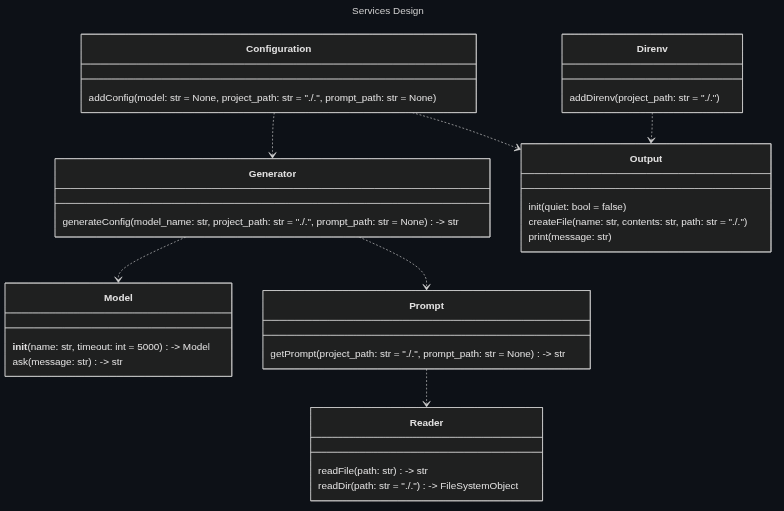
Above: docs/assets/mermaid/services_design.png in Oldranda1414/AutoDev (Mermaid), before the change. Its source is kept beside it as docs/assets/src/services_design.mmd. Its diagram source:
```mermaid
---
title: Services Design
---
classDiagram

    class Configuration {
        add_config(model: str, project_path: str, prompt_path: str)
    }

    class Direnv {
        add_direnv(project_path: str)
    }

    class Generator {
        generate_config(model_name: str, project_path: str, prompt_path: str) -> str
    }

    class Model {
        __init__(name: str, timeout: int = 5000) -> Model
        ask(message: str) -> str
    }

    class Prompt {
        get_prompt(project_path: str, prompt_path: str) -> str
    }

    class Output {
        init(quiet: bool)
        create_file(name: str, contents: str, path: str = "./.")
        print(message: str)
    }

    class Reader {
        read_file(path: str) -> str
        read_dir(path: str = "./.") -> FileSystemObject
    }

    Direnv ..> Output
    Configuration ..> Output
    Configuration ..> Generator
    Generator ..> Model
    Generator ..> Prompt
    Prompt ..> Reader
```
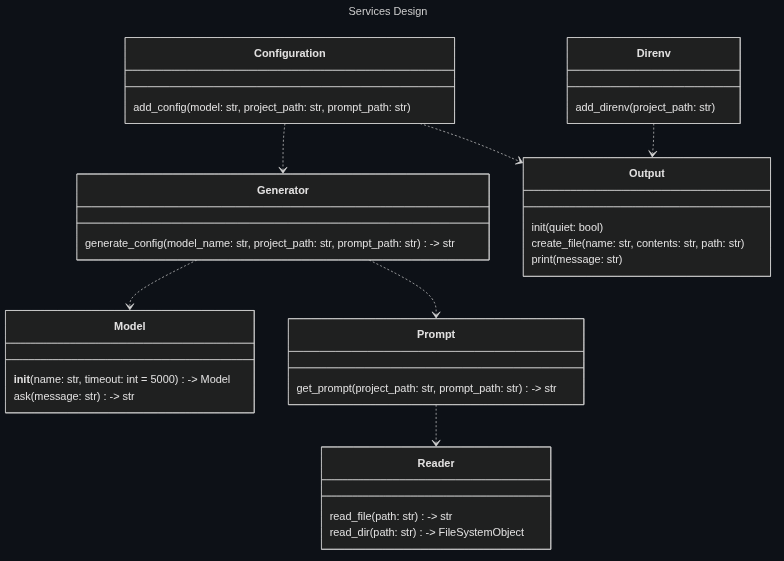
After the change.

Change to the diagram source:
```diff
@@ -26,13 +26,13 @@
 
     class Output {
         init(quiet: bool)
-        create_file(name: str, contents: str, path: str = "./.")
+        create_file(name: str, contents: str, path: str)
         print(message: str)
     }
 
     class Reader {
         read_file(path: str) -> str
-        read_dir(path: str = "./.") -> FileSystemObject
+        read_dir(path: str) -> FileSystemObject
     }
 
     Direnv ..> Output
```
